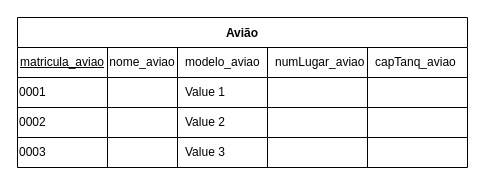
andreeeeeeeee/Engenharia_Software keeps this draw.io diagram as Lista9_20-06/Lista9.drawio. Above is the earlier version. Source tidied: cells renumbered, new cells numbered last; positions are measured from the earlier drawing's top-left corner, leaving out a move shared by most shapes. Both pictures are drawn from the tidied source at 100%, with x=0, y=0 at pixel (17, 17).
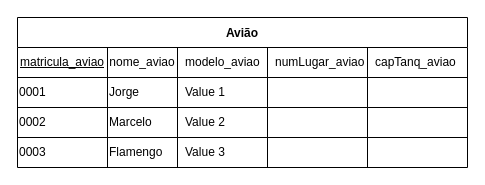
The same diagram, later.

Unchanged cells that the change refers to:
```xml
<mxCell id="9" style="shape=tableRow;horizontal=0;startSize=0;swimlaneHead=0;swimlaneBody=0;top=0;left=0;bottom=0;right=0;fillColor=none;" parent="2" vertex="1">
  <mxGeometry y="60" width="450" height="30" as="geometry" />
</mxCell>
<mxCell id="15" style="shape=tableRow;horizontal=0;startSize=0;swimlaneHead=0;swimlaneBody=0;top=0;left=0;bottom=0;right=0;fillColor=none;" parent="2" vertex="1">
  <mxGeometry y="90" width="450" height="30" as="geometry" />
</mxCell>
<mxCell id="21" style="shape=tableRow;horizontal=0;startSize=0;swimlaneHead=0;swimlaneBody=0;top=0;left=0;bottom=0;right=0;fillColor=none;" parent="2" vertex="1">
  <mxGeometry y="120" width="450" height="30" as="geometry" />
</mxCell>
```

What changed in the source:
```diff
@@
-    <mxCell id="11" style="shape=partialRectangle;html=1;whiteSpace=wrap;fillColor=none;top=0;left=0;bottom=0;right=0;overflow=hidden;" parent="9" vertex="1">
+    <mxCell id="11" value="Jorge" style="shape=partialRectangle;html=1;whiteSpace=wrap;fillColor=none;top=0;left=0;bottom=0;right=0;overflow=hidden;align=left;" parent="9" vertex="1">
       <mxGeometry x="90" width="70" height="30" as="geometry" />
     </mxCell>
@@
-    <mxCell id="17" style="shape=partialRectangle;html=1;whiteSpace=wrap;fillColor=none;top=0;left=0;bottom=0;right=0;overflow=hidden;" parent="15" vertex="1">
+    <mxCell id="17" value="Marcelo" style="shape=partialRectangle;html=1;whiteSpace=wrap;fillColor=none;top=0;left=0;bottom=0;right=0;overflow=hidden;align=left;" parent="15" vertex="1">
       <mxGeometry x="90" width="70" height="30" as="geometry" />
     </mxCell>
@@
-    <mxCell id="23" style="shape=partialRectangle;html=1;whiteSpace=wrap;fillColor=none;top=0;left=0;bottom=0;right=0;overflow=hidden;" parent="21" vertex="1">
+    <mxCell id="23" value="Flamengo" style="shape=partialRectangle;html=1;whiteSpace=wrap;fillColor=none;top=0;left=0;bottom=0;right=0;overflow=hidden;align=left;" parent="21" vertex="1">
       <mxGeometry x="90" width="70" height="30" as="geometry" />
     </mxCell>
```
